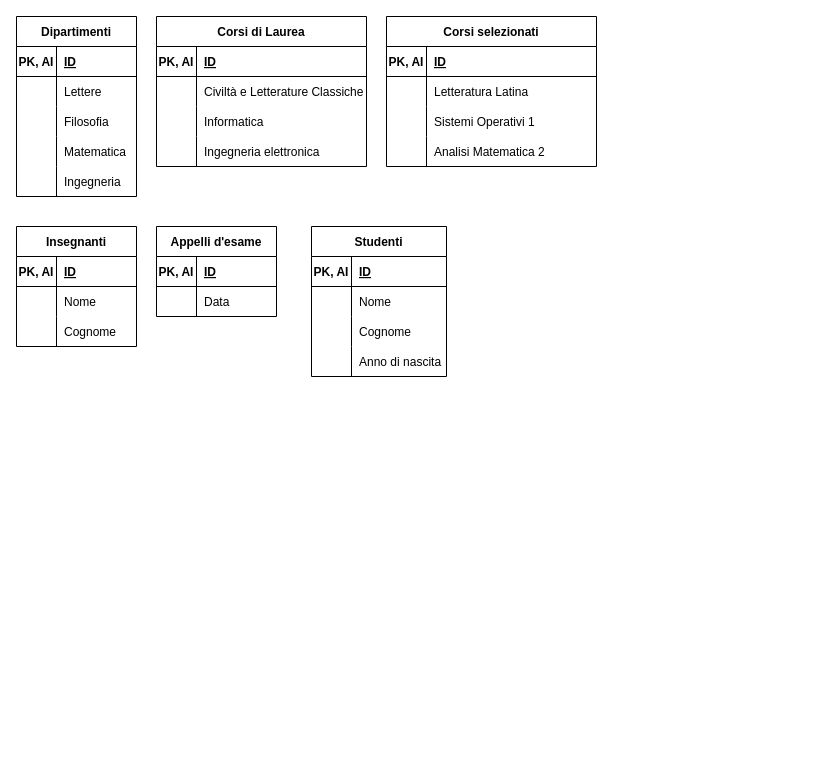
This is schema.drawio from agostinoluca/db-university, a draw.io file, before an edit. Source tidied: cells renumbered, new cells numbered last; positions are measured from the earlier drawing's top-left corner, leaving out a move shared by most shapes. Both pictures are drawn from the tidied source at 100%, with x=0, y=0 at pixel (16, 16).
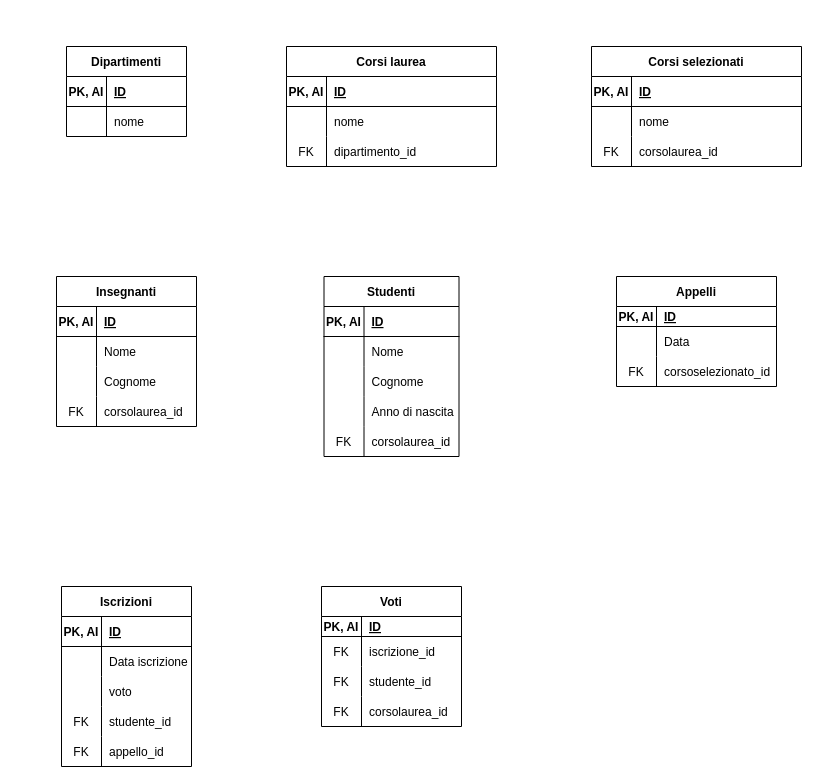
The same diagram, later.

Commit message (it also covers changes not shown here):
add foreign key fix logic fix table input

The change refers to these unchanged cells:
```xml
<mxCell id="6" style="shape=tableRow;horizontal=0;startSize=0;swimlaneHead=0;swimlaneBody=0;fillColor=none;top=0;left=0;right=0;bottom=0;" parent="2" vertex="1">
  <mxGeometry y="60" width="120" height="30" as="geometry" />
</mxCell>
<mxCell id="22" style="shape=tableRow;horizontal=0;startSize=0;swimlaneHead=0;swimlaneBody=0;fillColor=none;top=0;left=0;right=0;bottom=0;" parent="18" vertex="1">
  <mxGeometry y="60" width="210" height="30" as="geometry" />
</mxCell>
```

Diff of the diagram source:
```diff
@@
     <mxCell id="2" value="Dipartimenti" style="shape=table;startSize=30;childLayout=tableLayout;rowLines=0;fontStyle=1;align=center;" parent="1" vertex="1">
-      <mxGeometry width="120" height="180" as="geometry" />
+      <mxGeometry x="50" y="30" width="120" height="90" as="geometry" />
     </mxCell>
@@
-    <mxCell id="8" value="Lettere" style="shape=partialRectangle;fillColor=none;top=0;left=0;bottom=0;right=0;align=left;spacingLeft=6;overflow=hidden;" parent="6" vertex="1">
+    <mxCell id="8" value="nome" style="shape=partialRectangle;fillColor=none;top=0;left=0;bottom=0;right=0;align=left;spacingLeft=6;overflow=hidden;" parent="6" vertex="1">
       <mxGeometry x="40" width="80" height="30" as="geometry" />
     </mxCell>
-    <mxCell id="9" style="shape=tableRow;horizontal=0;startSize=0;swimlaneHead=0;swimlaneBody=0;fillColor=none;top=0;left=0;right=0;bottom=0;" parent="2" vertex="1">
-      <mxGeometry y="90" width="120" height="30" as="geometry" />
-    </mxCell>
-    <mxCell id="10" style="shape=partialRectangle;fillColor=none;top=0;left=0;bottom=0;right=0;overflow=hidden;" parent="9" vertex="1">
-      <mxGeometry width="40" height="30" as="geometry" />
-    </mxCell>
-    <mxCell id="11" value="Filosofia" style="shape=partialRectangle;fillColor=none;top=0;left=0;bottom=0;right=0;align=left;spacingLeft=6;overflow=hidden;" parent="9" vertex="1">
-      <mxGeometry x="40" width="80" height="30" as="geometry" />
-    </mxCell>
-    <mxCell id="12" style="shape=tableRow;horizontal=0;startSize=0;swimlaneHead=0;swimlaneBody=0;fillColor=none;top=0;left=0;right=0;bottom=0;" parent="2" vertex="1">
-      <mxGeometry y="120" width="120" height="30" as="geometry" />
-    </mxCell>
-    <mxCell id="13" style="shape=partialRectangle;fillColor=none;top=0;left=0;bottom=0;right=0;overflow=hidden;" parent="12" vertex="1">
-      <mxGeometry width="40" height="30" as="geometry" />
-    </mxCell>
-    <mxCell id="14" value="Matematica" style="shape=partialRectangle;fillColor=none;top=0;left=0;bottom=0;right=0;align=left;spacingLeft=6;overflow=hidden;" parent="12" vertex="1">
-      <mxGeometry x="40" width="80" height="30" as="geometry" />
-    </mxCell>
-    <mxCell id="15" style="shape=tableRow;horizontal=0;startSize=0;swimlaneHead=0;swimlaneBody=0;fillColor=none;top=0;left=0;right=0;bottom=0;" parent="2" vertex="1">
-      <mxGeometry y="150" width="120" height="30" as="geometry" />
-    </mxCell>
-    <mxCell id="16" style="shape=partialRectangle;fillColor=none;top=0;left=0;bottom=0;right=0;overflow=hidden;" parent="15" vertex="1">
-      <mxGeometry width="40" height="30" as="geometry" />
-    </mxCell>
-    <mxCell id="17" value="Ingegneria" style="shape=partialRectangle;fillColor=none;top=0;left=0;bottom=0;right=0;align=left;spacingLeft=6;overflow=hidden;" parent="15" vertex="1">
-      <mxGeometry x="40" width="80" height="30" as="geometry" />
-    </mxCell>
-    <mxCell id="18" value="Corsi di Laurea" style="shape=table;startSize=30;childLayout=tableLayout;rowLines=0;fontStyle=1;align=center;" parent="1" vertex="1">
-      <mxGeometry x="140" width="210" height="150" as="geometry" />
+    <mxCell id="18" value="Corsi laurea" style="shape=table;startSize=30;childLayout=tableLayout;rowLines=0;fontStyle=1;align=center;" parent="1" vertex="1">
+      <mxGeometry x="270" y="30" width="210" height="120" as="geometry" />
     </mxCell>
@@
-    <mxCell id="24" value="Civiltà e Letterature Classiche" style="shape=partialRectangle;fillColor=none;top=0;left=0;bottom=0;right=0;align=left;spacingLeft=6;overflow=hidden;" parent="22" vertex="1">
+    <mxCell id="24" value="nome" style="shape=partialRectangle;fillColor=none;top=0;left=0;bottom=0;right=0;align=left;spacingLeft=6;overflow=hidden;" parent="22" vertex="1">
       <mxGeometry x="40" width="170" height="30" as="geometry" />
     </mxCell>
-    <mxCell id="25" style="shape=tableRow;horizontal=0;startSize=0;swimlaneHead=0;swimlaneBody=0;fillColor=none;top=0;left=0;right=0;bottom=0;" parent="18" vertex="1">
-      <mxGeometry y="90" width="210" height="30" as="geometry" />
-    </mxCell>
-    <mxCell id="26" style="shape=partialRectangle;fillColor=none;top=0;left=0;bottom=0;right=0;overflow=hidden;" parent="25" vertex="1">
-      <mxGeometry width="40" height="30" as="geometry" />
-    </mxCell>
-    <mxCell id="27" value="Informatica" style="shape=partialRectangle;fillColor=none;top=0;left=0;bottom=0;right=0;align=left;spacingLeft=6;overflow=hidden;" parent="25" vertex="1">
-      <mxGeometry x="40" width="170" height="30" as="geometry" />
-    </mxCell>
-    <mxCell id="28" style="shape=tableRow;horizontal=0;startSize=0;swimlaneHead=0;swimlaneBody=0;fillColor=none;top=0;left=0;right=0;bottom=0;" parent="18" vertex="1">
-      <mxGeometry y="120" width="210" height="30" as="geometry" />
-    </mxCell>
-    <mxCell id="29" style="shape=partialRectangle;fillColor=none;top=0;left=0;bottom=0;right=0;overflow=hidden;" parent="28" vertex="1">
-      <mxGeometry width="40" height="30" as="geometry" />
-    </mxCell>
-    <mxCell id="30" value="Ingegneria elettronica" style="shape=partialRectangle;fillColor=none;top=0;left=0;bottom=0;right=0;align=left;spacingLeft=6;overflow=hidden;" parent="28" vertex="1">
-      <mxGeometry x="40" width="170" height="30" as="geometry" />
-    </mxCell>
+    <mxCell id="74" style="shape=tableRow;horizontal=0;startSize=0;swimlaneHead=0;swimlaneBody=0;fillColor=none;top=0;left=0;right=0;bottom=0;" parent="18" vertex="1">
+      <mxGeometry y="90" width="210" height="30" as="geometry" />
+    </mxCell>
+    <mxCell id="75" value="FK" style="shape=partialRectangle;fillColor=none;top=0;left=0;bottom=0;right=0;overflow=hidden;" parent="74" vertex="1">
+      <mxGeometry width="40" height="30" as="geometry" />
+    </mxCell>
+    <mxCell id="76" value="dipartimento_id" style="shape=partialRectangle;fillColor=none;top=0;left=0;bottom=0;right=0;align=left;spacingLeft=6;overflow=hidden;" parent="74" vertex="1">
+      <mxGeometry x="40" width="170" height="30" as="geometry" />
+    </mxCell>
     <mxCell id="31" value="Corsi selezionati" style="shape=table;startSize=30;childLayout=tableLayout;rowLines=0;fontStyle=1;align=center;" parent="1" vertex="1">
-      <mxGeometry x="370" width="210" height="150" as="geometry" />
+      <mxGeometry x="575" y="30" width="210" height="120" as="geometry" />
     </mxCell>
@@
-    <mxCell id="35" style="shape=tableRow;horizontal=0;startSize=0;swimlaneHead=0;swimlaneBody=0;fillColor=none;top=0;left=0;right=0;bottom=0;" parent="31" vertex="1">
-      <mxGeometry y="60" width="210" height="30" as="geometry" />
-    </mxCell>
-    <mxCell id="36" style="shape=partialRectangle;fillColor=none;top=0;left=0;bottom=0;right=0;overflow=hidden;" parent="35" vertex="1">
-      <mxGeometry width="40" height="30" as="geometry" />
-    </mxCell>
-    <mxCell id="37" value="Letteratura Latina" style="shape=partialRectangle;fillColor=none;top=0;left=0;bottom=0;right=0;align=left;spacingLeft=6;overflow=hidden;" parent="35" vertex="1">
-      <mxGeometry x="40" width="170" height="30" as="geometry" />
-    </mxCell>
-    <mxCell id="38" style="shape=tableRow;horizontal=0;startSize=0;swimlaneHead=0;swimlaneBody=0;fillColor=none;top=0;left=0;right=0;bottom=0;" parent="31" vertex="1">
-      <mxGeometry y="90" width="210" height="30" as="geometry" />
-    </mxCell>
-    <mxCell id="39" style="shape=partialRectangle;fillColor=none;top=0;left=0;bottom=0;right=0;overflow=hidden;" parent="38" vertex="1">
-      <mxGeometry width="40" height="30" as="geometry" />
-    </mxCell>
-    <mxCell id="40" value="Sistemi Operativi 1" style="shape=partialRectangle;fillColor=none;top=0;left=0;bottom=0;right=0;align=left;spacingLeft=6;overflow=hidden;" parent="38" vertex="1">
-      <mxGeometry x="40" width="170" height="30" as="geometry" />
-    </mxCell>
     <mxCell id="41" style="shape=tableRow;horizontal=0;startSize=0;swimlaneHead=0;swimlaneBody=0;fillColor=none;top=0;left=0;right=0;bottom=0;" parent="31" vertex="1">
-      <mxGeometry y="120" width="210" height="30" as="geometry" />
+      <mxGeometry y="60" width="210" height="30" as="geometry" />
     </mxCell>
@@
-    <mxCell id="43" value="Analisi Matematica 2" style="shape=partialRectangle;fillColor=none;top=0;left=0;bottom=0;right=0;align=left;spacingLeft=6;overflow=hidden;" parent="41" vertex="1">
+    <mxCell id="43" value="nome" style="shape=partialRectangle;fillColor=none;top=0;left=0;bottom=0;right=0;align=left;spacingLeft=6;overflow=hidden;" parent="41" vertex="1">
       <mxGeometry x="40" width="170" height="30" as="geometry" />
     </mxCell>
+    <mxCell id="77" style="shape=tableRow;horizontal=0;startSize=0;swimlaneHead=0;swimlaneBody=0;fillColor=none;top=0;left=0;right=0;bottom=0;" parent="31" vertex="1">
+      <mxGeometry y="90" width="210" height="30" as="geometry" />
+    </mxCell>
+    <mxCell id="78" value="FK" style="shape=partialRectangle;fillColor=none;top=0;left=0;bottom=0;right=0;overflow=hidden;" parent="77" vertex="1">
+      <mxGeometry width="40" height="30" as="geometry" />
+    </mxCell>
+    <mxCell id="79" value="corsolaurea_id" style="shape=partialRectangle;fillColor=none;top=0;left=0;bottom=0;right=0;align=left;spacingLeft=6;overflow=hidden;" parent="77" vertex="1">
+      <mxGeometry x="40" width="170" height="30" as="geometry" />
+    </mxCell>
     <mxCell id="44" value="Insegnanti" style="shape=table;startSize=30;childLayout=tableLayout;rowLines=0;fontStyle=1;align=center;" parent="1" vertex="1">
-      <mxGeometry y="210" width="120" height="120" as="geometry" />
+      <mxGeometry x="40" y="260" width="140" height="150" as="geometry" />
     </mxCell>
     <mxCell id="45" style="shape=tableRow;horizontal=0;startSize=0;swimlaneHead=0;swimlaneBody=0;fillColor=none;top=0;left=0;right=0;bottom=1;" parent="44" vertex="1">
-      <mxGeometry y="30" width="120" height="30" as="geometry" />
+      <mxGeometry y="30" width="140" height="30" as="geometry" />
     </mxCell>
@@
     <mxCell id="47" value="ID" style="shape=partialRectangle;fillColor=none;top=0;left=0;bottom=0;right=0;align=left;spacingLeft=6;fontStyle=5;overflow=hidden;" parent="45" vertex="1">
-      <mxGeometry x="40" width="80" height="30" as="geometry" />
+      <mxGeometry x="40" width="100" height="30" as="geometry" />
     </mxCell>
     <mxCell id="48" style="shape=tableRow;horizontal=0;startSize=0;swimlaneHead=0;swimlaneBody=0;fillColor=none;top=0;left=0;right=0;bottom=0;" parent="44" vertex="1">
-      <mxGeometry y="60" width="120" height="30" as="geometry" />
+      <mxGeometry y="60" width="140" height="30" as="geometry" />
     </mxCell>
@@
     <mxCell id="50" value="Nome" style="shape=partialRectangle;fillColor=none;top=0;left=0;bottom=0;right=0;align=left;spacingLeft=6;overflow=hidden;" parent="48" vertex="1">
-      <mxGeometry x="40" width="80" height="30" as="geometry" />
+      <mxGeometry x="40" width="100" height="30" as="geometry" />
     </mxCell>
     <mxCell id="51" style="shape=tableRow;horizontal=0;startSize=0;swimlaneHead=0;swimlaneBody=0;fillColor=none;top=0;left=0;right=0;bottom=0;" parent="44" vertex="1">
-      <mxGeometry y="90" width="120" height="30" as="geometry" />
+      <mxGeometry y="90" width="140" height="30" as="geometry" />
     </mxCell>
@@
     <mxCell id="53" value="Cognome" style="shape=partialRectangle;fillColor=none;top=0;left=0;bottom=0;right=0;align=left;spacingLeft=6;overflow=hidden;" parent="51" vertex="1">
-      <mxGeometry x="40" width="80" height="30" as="geometry" />
+      <mxGeometry x="40" width="100" height="30" as="geometry" />
     </mxCell>
+    <mxCell id="80" style="shape=tableRow;horizontal=0;startSize=0;swimlaneHead=0;swimlaneBody=0;fillColor=none;top=0;left=0;right=0;bottom=0;" parent="44" vertex="1">
+      <mxGeometry y="120" width="140" height="30" as="geometry" />
+    </mxCell>
+    <mxCell id="81" value="FK" style="shape=partialRectangle;fillColor=none;top=0;left=0;bottom=0;right=0;overflow=hidden;" parent="80" vertex="1">
+      <mxGeometry width="40" height="30" as="geometry" />
+    </mxCell>
+    <mxCell id="82" value="corsolaurea_id" style="shape=partialRectangle;fillColor=none;top=0;left=0;bottom=0;right=0;align=left;spacingLeft=6;overflow=hidden;" parent="80" vertex="1">
+      <mxGeometry x="40" width="100" height="30" as="geometry" />
+    </mxCell>
-    <mxCell id="54" value="Appelli d'esame" style="shape=table;startSize=30;childLayout=tableLayout;rowLines=0;fontStyle=1;align=center;" parent="1" vertex="1">
-      <mxGeometry x="140" y="210" width="120" height="90" as="geometry" />
+    <mxCell id="54" value="Appelli" style="shape=table;startSize=30;childLayout=tableLayout;rowLines=0;fontStyle=1;align=center;" parent="1" vertex="1">
+      <mxGeometry x="600" y="260" width="160" height="110" as="geometry" />
     </mxCell>
     <mxCell id="55" style="shape=tableRow;horizontal=0;startSize=0;swimlaneHead=0;swimlaneBody=0;fillColor=none;top=0;left=0;right=0;bottom=1;" parent="54" vertex="1">
-      <mxGeometry y="30" width="120" height="30" as="geometry" />
+      <mxGeometry y="30" width="160" height="20" as="geometry" />
     </mxCell>
     <mxCell id="56" value="PK, AI" style="shape=partialRectangle;fillColor=none;top=0;left=0;bottom=0;right=0;fontStyle=1;overflow=hidden;" parent="55" vertex="1">
-      <mxGeometry width="40" height="30" as="geometry" />
+      <mxGeometry width="40" height="20" as="geometry" />
     </mxCell>
     <mxCell id="57" value="ID" style="shape=partialRectangle;fillColor=none;top=0;left=0;bottom=0;right=0;align=left;spacingLeft=6;fontStyle=5;overflow=hidden;" parent="55" vertex="1">
-      <mxGeometry x="40" width="80" height="30" as="geometry" />
+      <mxGeometry x="40" width="120" height="20" as="geometry" />
     </mxCell>
     <mxCell id="58" style="shape=tableRow;horizontal=0;startSize=0;swimlaneHead=0;swimlaneBody=0;fillColor=none;top=0;left=0;right=0;bottom=0;" parent="54" vertex="1">
-      <mxGeometry y="60" width="120" height="30" as="geometry" />
+      <mxGeometry y="50" width="160" height="30" as="geometry" />
     </mxCell>
@@
     <mxCell id="60" value="Data" style="shape=partialRectangle;fillColor=none;top=0;left=0;bottom=0;right=0;align=left;spacingLeft=6;overflow=hidden;" parent="58" vertex="1">
-      <mxGeometry x="40" width="80" height="30" as="geometry" />
+      <mxGeometry x="40" width="120" height="30" as="geometry" />
     </mxCell>
+    <mxCell id="83" style="shape=tableRow;horizontal=0;startSize=0;swimlaneHead=0;swimlaneBody=0;fillColor=none;top=0;left=0;right=0;bottom=0;" parent="54" vertex="1">
+      <mxGeometry y="80" width="160" height="30" as="geometry" />
+    </mxCell>
+    <mxCell id="84" value="FK" style="shape=partialRectangle;fillColor=none;top=0;left=0;bottom=0;right=0;overflow=hidden;" parent="83" vertex="1">
+      <mxGeometry width="40" height="30" as="geometry" />
+    </mxCell>
+    <mxCell id="85" value="corsoselezionato_id" style="shape=partialRectangle;fillColor=none;top=0;left=0;bottom=0;right=0;align=left;spacingLeft=6;overflow=hidden;" parent="83" vertex="1">
+      <mxGeometry x="40" width="120" height="30" as="geometry" />
+    </mxCell>
     <mxCell id="61" value="Studenti" style="shape=table;startSize=30;childLayout=tableLayout;rowLines=0;fontStyle=1;align=center;" parent="1" vertex="1">
-      <mxGeometry x="295" y="210" width="135" height="150" as="geometry" />
+      <mxGeometry x="307.5" y="260" width="135" height="180" as="geometry" />
     </mxCell>
@@
+    <mxCell id="86" style="shape=tableRow;horizontal=0;startSize=0;swimlaneHead=0;swimlaneBody=0;fillColor=none;top=0;left=0;right=0;bottom=0;" parent="61" vertex="1">
+      <mxGeometry y="150" width="135" height="30" as="geometry" />
+    </mxCell>
+    <mxCell id="87" value="FK" style="shape=partialRectangle;fillColor=none;top=0;left=0;bottom=0;right=0;overflow=hidden;" parent="86" vertex="1">
+      <mxGeometry width="40" height="30" as="geometry" />
+    </mxCell>
+    <mxCell id="88" value="corsolaurea_id" style="shape=partialRectangle;fillColor=none;top=0;left=0;bottom=0;right=0;align=left;spacingLeft=6;overflow=hidden;" parent="86" vertex="1">
+      <mxGeometry x="40" width="95" height="30" as="geometry" />
+    </mxCell>
+    <mxCell id="89" value="Iscrizioni" style="shape=table;startSize=30;childLayout=tableLayout;rowLines=0;fontStyle=1;align=center;" parent="1" vertex="1">
+      <mxGeometry x="45" y="570" width="130" height="180" as="geometry" />
+    </mxCell>
+    <mxCell id="90" style="shape=tableRow;horizontal=0;startSize=0;swimlaneHead=0;swimlaneBody=0;fillColor=none;top=0;left=0;right=0;bottom=1;" parent="89" vertex="1">
+      <mxGeometry y="30" width="130" height="30" as="geometry" />
+    </mxCell>
+    <mxCell id="91" value="PK, AI" style="shape=partialRectangle;fillColor=none;top=0;left=0;bottom=0;right=0;fontStyle=1;overflow=hidden;" parent="90" vertex="1">
+      <mxGeometry width="40" height="30" as="geometry" />
+    </mxCell>
+    <mxCell id="92" value="ID" style="shape=partialRectangle;fillColor=none;top=0;left=0;bottom=0;right=0;align=left;spacingLeft=6;fontStyle=5;overflow=hidden;" parent="90" vertex="1">
+      <mxGeometry x="40" width="90" height="30" as="geometry" />
+    </mxCell>
+    <mxCell id="93" style="shape=tableRow;horizontal=0;startSize=0;swimlaneHead=0;swimlaneBody=0;fillColor=none;top=0;left=0;right=0;bottom=0;" parent="89" vertex="1">
+      <mxGeometry y="60" width="130" height="30" as="geometry" />
+    </mxCell>
+    <mxCell id="94" style="shape=partialRectangle;fillColor=none;top=0;left=0;bottom=0;right=0;overflow=hidden;" parent="93" vertex="1">
+      <mxGeometry width="40" height="30" as="geometry" />
+    </mxCell>
+    <mxCell id="95" value="Data iscrizione" style="shape=partialRectangle;fillColor=none;top=0;left=0;bottom=0;right=0;align=left;spacingLeft=6;overflow=hidden;" parent="93" vertex="1">
+      <mxGeometry x="40" width="90" height="30" as="geometry" />
+    </mxCell>
+    <mxCell id="96" style="shape=tableRow;horizontal=0;startSize=0;swimlaneHead=0;swimlaneBody=0;fillColor=none;top=0;left=0;right=0;bottom=0;" parent="89" vertex="1">
+      <mxGeometry y="90" width="130" height="30" as="geometry" />
+    </mxCell>
+    <mxCell id="97" style="shape=partialRectangle;fillColor=none;top=0;left=0;bottom=0;right=0;overflow=hidden;" parent="96" vertex="1">
+      <mxGeometry width="40" height="30" as="geometry" />
+    </mxCell>
+    <mxCell id="98" value="voto" style="shape=partialRectangle;fillColor=none;top=0;left=0;bottom=0;right=0;align=left;spacingLeft=6;overflow=hidden;" parent="96" vertex="1">
+      <mxGeometry x="40" width="90" height="30" as="geometry" />
+    </mxCell>
+    <mxCell id="99" style="shape=tableRow;horizontal=0;startSize=0;swimlaneHead=0;swimlaneBody=0;fillColor=none;top=0;left=0;right=0;bottom=0;" parent="89" vertex="1">
+      <mxGeometry y="120" width="130" height="30" as="geometry" />
+    </mxCell>
+    <mxCell id="100" value="FK" style="shape=partialRectangle;fillColor=none;top=0;left=0;bottom=0;right=0;overflow=hidden;" parent="99" vertex="1">
+      <mxGeometry width="40" height="30" as="geometry" />
+    </mxCell>
+    <mxCell id="101" value="studente_id" style="shape=partialRectangle;fillColor=none;top=0;left=0;bottom=0;right=0;align=left;spacingLeft=6;overflow=hidden;" parent="99" vertex="1">
+      <mxGeometry x="40" width="90" height="30" as="geometry" />
+    </mxCell>
+    <mxCell id="102" style="shape=tableRow;horizontal=0;startSize=0;swimlaneHead=0;swimlaneBody=0;fillColor=none;top=0;left=0;right=0;bottom=0;" parent="89" vertex="1">
+      <mxGeometry y="150" width="130" height="30" as="geometry" />
+    </mxCell>
+    <mxCell id="103" value="FK" style="shape=partialRectangle;fillColor=none;top=0;left=0;bottom=0;right=0;overflow=hidden;" parent="102" vertex="1">
+      <mxGeometry width="40" height="30" as="geometry" />
+    </mxCell>
+    <mxCell id="104" value="appello_id" style="shape=partialRectangle;fillColor=none;top=0;left=0;bottom=0;right=0;align=left;spacingLeft=6;overflow=hidden;" parent="102" vertex="1">
+      <mxGeometry x="40" width="90" height="30" as="geometry" />
+    </mxCell>
+    <mxCell id="105" value="Voti" style="shape=table;startSize=30;childLayout=tableLayout;rowLines=0;fontStyle=1;align=center;" parent="1" vertex="1">
+      <mxGeometry x="305" y="570" width="140" height="140" as="geometry" />
+    </mxCell>
+    <mxCell id="106" style="shape=tableRow;horizontal=0;startSize=0;swimlaneHead=0;swimlaneBody=0;fillColor=none;top=0;left=0;right=0;bottom=1;" parent="105" vertex="1">
+      <mxGeometry y="30" width="140" height="20" as="geometry" />
+    </mxCell>
+    <mxCell id="107" value="PK, AI" style="shape=partialRectangle;fillColor=none;top=0;left=0;bottom=0;right=0;fontStyle=1;overflow=hidden;" parent="106" vertex="1">
+      <mxGeometry width="40" height="20" as="geometry" />
+    </mxCell>
+    <mxCell id="108" value="ID" style="shape=partialRectangle;fillColor=none;top=0;left=0;bottom=0;right=0;align=left;spacingLeft=6;fontStyle=5;overflow=hidden;" parent="106" vertex="1">
+      <mxGeometry x="40" width="100" height="20" as="geometry" />
+    </mxCell>
+    <mxCell id="109" style="shape=tableRow;horizontal=0;startSize=0;swimlaneHead=0;swimlaneBody=0;fillColor=none;top=0;left=0;right=0;bottom=0;" parent="105" vertex="1">
+      <mxGeometry y="50" width="140" height="30" as="geometry" />
+    </mxCell>
+    <mxCell id="110" value="FK" style="shape=partialRectangle;fillColor=none;top=0;left=0;bottom=0;right=0;overflow=hidden;" parent="109" vertex="1">
+      <mxGeometry width="40" height="30" as="geometry" />
+    </mxCell>
+    <mxCell id="111" value="iscrizione_id" style="shape=partialRectangle;fillColor=none;top=0;left=0;bottom=0;right=0;align=left;spacingLeft=6;overflow=hidden;" parent="109" vertex="1">
+      <mxGeometry x="40" width="100" height="30" as="geometry" />
+    </mxCell>
+    <mxCell id="112" style="shape=tableRow;horizontal=0;startSize=0;swimlaneHead=0;swimlaneBody=0;fillColor=none;top=0;left=0;right=0;bottom=0;" parent="105" vertex="1">
+      <mxGeometry y="80" width="140" height="30" as="geometry" />
+    </mxCell>
+    <mxCell id="113" value="FK" style="shape=partialRectangle;fillColor=none;top=0;left=0;bottom=0;right=0;overflow=hidden;" parent="112" vertex="1">
+      <mxGeometry width="40" height="30" as="geometry" />
+    </mxCell>
+    <mxCell id="114" value="studente_id" style="shape=partialRectangle;fillColor=none;top=0;left=0;bottom=0;right=0;align=left;spacingLeft=6;overflow=hidden;" parent="112" vertex="1">
+      <mxGeometry x="40" width="100" height="30" as="geometry" />
+    </mxCell>
+    <mxCell id="115" style="shape=tableRow;horizontal=0;startSize=0;swimlaneHead=0;swimlaneBody=0;fillColor=none;top=0;left=0;right=0;bottom=0;" parent="105" vertex="1">
+      <mxGeometry y="110" width="140" height="30" as="geometry" />
+    </mxCell>
+    <mxCell id="116" value="FK" style="shape=partialRectangle;fillColor=none;top=0;left=0;bottom=0;right=0;overflow=hidden;" parent="115" vertex="1">
+      <mxGeometry width="40" height="30" as="geometry" />
+    </mxCell>
+    <mxCell id="117" value="corsolaurea_id" style="shape=partialRectangle;fillColor=none;top=0;left=0;bottom=0;right=0;align=left;spacingLeft=6;overflow=hidden;" parent="115" vertex="1">
+      <mxGeometry x="40" width="100" height="30" as="geometry" />
+    </mxCell>
```
